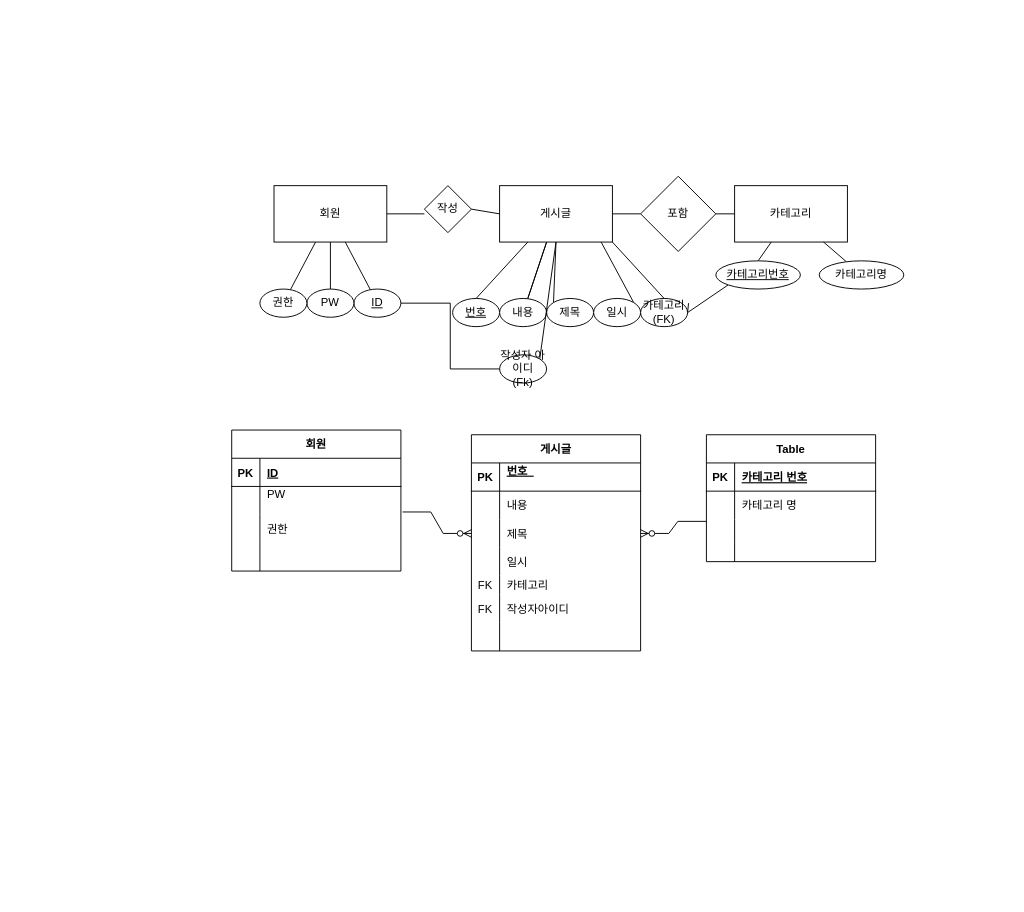
Earlier version of the draw.io diagram 제목 없는 다이어그램.drawio (makadamia0055/khJavaStudy). Source tidied: cells renumbered, new cells numbered last; positions are measured from the earlier drawing's top-left corner, leaving out a move shared by most shapes. Both pictures are drawn from the tidied source at 94%, with x=0, y=0 at pixel (231, 176).
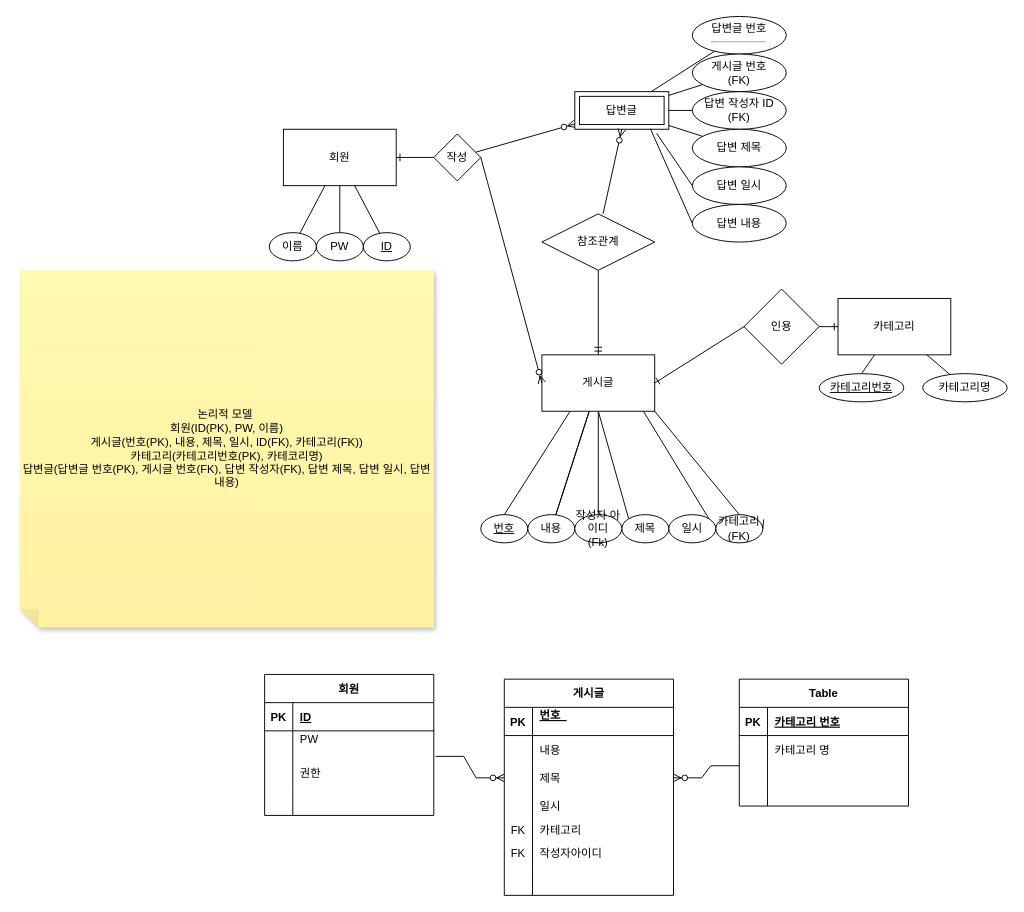
After the change.

Commit message:
제목 없는 다이어그램.drawio 업데이트

The edit, as a diff of the source:
```diff
@@
     <mxCell id="2" value="회원" style="rounded=0;whiteSpace=wrap;html=1;" parent="1" vertex="1">
-      <mxGeometry x="45" y="10" width="120" height="60" as="geometry" />
+      <mxGeometry x="55" y="-50" width="120" height="60" as="geometry" />
     </mxCell>
-    <mxCell id="3" style="edgeStyle=orthogonalEdgeStyle;rounded=0;jettySize=auto;html=1;exitX=1;exitY=0.5;exitDx=0;exitDy=0;entryX=0;entryY=0.5;entryDx=0;entryDy=0;endArrow=none;endFill=0;" parent="1" edge="1" source="5" target="19">
-      <mxGeometry relative="1" as="geometry" />
-    </mxCell>
@@
     <mxCell id="5" value="&lt;u&gt;ID&lt;/u&gt;" style="ellipse;whiteSpace=wrap;html=1;" parent="1" vertex="1">
-      <mxGeometry x="130" y="120" width="50" height="30" as="geometry" />
+      <mxGeometry x="140" y="60" width="50" height="30" as="geometry" />
     </mxCell>
@@
     <mxCell id="7" value="PW" style="ellipse;whiteSpace=wrap;html=1;" parent="1" vertex="1">
-      <mxGeometry x="80" y="120" width="50" height="30" as="geometry" />
+      <mxGeometry x="90" y="60" width="50" height="30" as="geometry" />
     </mxCell>
@@
-    <mxCell id="9" value="권한" style="ellipse;whiteSpace=wrap;html=1;" parent="1" vertex="1">
-      <mxGeometry x="30" y="120" width="50" height="30" as="geometry" />
+    <mxCell id="9" value="이름" style="ellipse;whiteSpace=wrap;html=1;" parent="1" vertex="1">
+      <mxGeometry x="40" y="60" width="50" height="30" as="geometry" />
     </mxCell>
@@
     <mxCell id="14" value="게시글" style="rounded=0;whiteSpace=wrap;html=1;" parent="1" vertex="1">
-      <mxGeometry x="285" y="10" width="120" height="60" as="geometry" />
+      <mxGeometry x="330" y="190" width="120" height="60" as="geometry" />
     </mxCell>
     <mxCell id="15" value="&lt;u&gt;번호&lt;/u&gt;" style="ellipse;whiteSpace=wrap;html=1;" parent="1" vertex="1">
-      <mxGeometry x="235" y="130" width="50" height="30" as="geometry" />
+      <mxGeometry x="265" y="360" width="50" height="30" as="geometry" />
     </mxCell>
     <mxCell id="16" value="제목" style="ellipse;whiteSpace=wrap;html=1;" parent="1" vertex="1">
-      <mxGeometry x="335" y="130" width="50" height="30" as="geometry" />
+      <mxGeometry x="415" y="360" width="50" height="30" as="geometry" />
     </mxCell>
     <mxCell id="17" value="내용" style="ellipse;whiteSpace=wrap;html=1;" parent="1" vertex="1">
-      <mxGeometry x="285" y="130" width="50" height="30" as="geometry" />
+      <mxGeometry x="315" y="360" width="50" height="30" as="geometry" />
     </mxCell>
-    <mxCell id="18" style="edgeStyle=none;shape=connector;rounded=0;jettySize=auto;html=1;exitX=1;exitY=0;exitDx=0;exitDy=0;entryX=0.5;entryY=1;entryDx=0;entryDy=0;labelBackgroundColor=default;strokeColor=default;fontFamily=Helvetica;fontSize=11;fontColor=default;startArrow=none;startFill=0;endArrow=none;endFill=0;" parent="1" edge="1" source="19" target="14">
+    <mxCell id="18" style="edgeStyle=none;shape=connector;rounded=0;jettySize=auto;html=1;exitX=0.5;exitY=0;exitDx=0;exitDy=0;entryX=0.5;entryY=1;entryDx=0;entryDy=0;labelBackgroundColor=default;strokeColor=default;fontFamily=Helvetica;fontSize=11;fontColor=default;startArrow=none;startFill=0;endArrow=none;endFill=0;" parent="1" edge="1" source="19" target="14">
       <mxGeometry relative="1" as="geometry" />
     </mxCell>
     <mxCell id="19" value="작성자 아이디&lt;br&gt;(Fk)" style="ellipse;whiteSpace=wrap;html=1;" parent="1" vertex="1">
-      <mxGeometry x="285" y="190" width="50" height="30" as="geometry" />
+      <mxGeometry x="365" y="360" width="50" height="30" as="geometry" />
     </mxCell>
@@
     <mxCell id="21" value="일시" style="ellipse;whiteSpace=wrap;html=1;" parent="1" vertex="1">
-      <mxGeometry x="385" y="130" width="50" height="30" as="geometry" />
+      <mxGeometry x="465" y="360" width="50" height="30" as="geometry" />
     </mxCell>
@@
-    <mxCell id="23" style="edgeStyle=none;shape=connector;rounded=0;jettySize=auto;html=1;exitX=1;exitY=0.5;exitDx=0;exitDy=0;entryX=0;entryY=1;entryDx=0;entryDy=0;labelBackgroundColor=default;strokeColor=default;fontFamily=Helvetica;fontSize=11;fontColor=default;startArrow=none;startFill=0;endArrow=none;endFill=0;" parent="1" edge="1" source="24" target="35">
-      <mxGeometry relative="1" as="geometry" />
-    </mxCell>
     <mxCell id="24" value="카테고리&lt;br&gt;(FK)" style="ellipse;whiteSpace=wrap;html=1;" parent="1" vertex="1">
-      <mxGeometry x="435" y="130" width="50" height="30" as="geometry" />
+      <mxGeometry x="515" y="360" width="50" height="30" as="geometry" />
     </mxCell>
     <mxCell id="25" value="카테고리" style="rounded=0;whiteSpace=wrap;html=1;" parent="1" vertex="1">
-      <mxGeometry x="535" y="10" width="120" height="60" as="geometry" />
+      <mxGeometry x="645" y="130" width="120" height="60" as="geometry" />
     </mxCell>
@@
     <mxCell id="27" value="&lt;span&gt;카테고리명&lt;/span&gt;" style="ellipse;whiteSpace=wrap;html=1;fontStyle=0;" parent="1" vertex="1">
-      <mxGeometry x="625" y="90" width="90" height="30" as="geometry" />
+      <mxGeometry x="735" y="210" width="90" height="30" as="geometry" />
     </mxCell>
+    <mxCell id="87" style="edgeStyle=none;rounded=0;jettySize=auto;html=1;endArrow=ERzeroToMany;endFill=0;" parent="1" edge="1" source="28" target="88">
+      <mxGeometry relative="1" as="geometry" />
+    </mxCell>
     <mxCell id="28" value="작성" style="rhombus;whiteSpace=wrap;html=1;" parent="1" vertex="1">
-      <mxGeometry x="205" y="10" width="50" height="50" as="geometry" />
+      <mxGeometry x="215" y="-45" width="50" height="50" as="geometry" />
     </mxCell>
+    <mxCell id="31" style="edgeStyle=none;rounded=0;jettySize=auto;html=1;startArrow=none;startFill=0;endArrow=ERone;endFill=0;" parent="1" edge="1" source="29" target="25">
+      <mxGeometry relative="1" as="geometry" />
+    </mxCell>
-    <mxCell id="29" value="포함" style="rhombus;whiteSpace=wrap;html=1;" parent="1" vertex="1">
-      <mxGeometry x="435" width="80" height="80" as="geometry" />
+    <mxCell id="29" value="인용" style="rhombus;whiteSpace=wrap;html=1;" parent="1" vertex="1">
+      <mxGeometry x="545" y="120" width="80" height="80" as="geometry" />
     </mxCell>
-    <mxCell id="30" style="endArrow=none;html=1;rounded=0;strokeColor=default;entryX=1;entryY=0.5;entryDx=0;entryDy=0;" parent="1" edge="1" source="29" target="14">
+    <mxCell id="30" style="endArrow=ERone;html=1;rounded=0;strokeColor=default;entryX=1;entryY=0.5;entryDx=0;entryDy=0;exitX=0;exitY=0.5;exitDx=0;exitDy=0;endFill=0;" parent="1" edge="1" source="29" target="14">
       <mxGeometry relative="1" as="geometry" />
     </mxCell>
-    <mxCell id="31" style="endArrow=none;html=1;rounded=0;strokeColor=default;exitX=1;exitY=0.5;exitDx=0;exitDy=0;entryX=0;entryY=0.5;entryDx=0;entryDy=0;" parent="1" edge="1" source="29" target="25">
-      <mxGeometry relative="1" as="geometry" />
-    </mxCell>
-    <mxCell id="32" style="edgeStyle=none;jettySize=auto;html=1;rounded=0;strokeColor=default;exitX=1;exitY=0.5;exitDx=0;exitDy=0;entryX=0;entryY=0.5;entryDx=0;entryDy=0;startArrow=none;startFill=0;endArrow=none;endFill=0;" parent="1" edge="1" source="28" target="14">
+    <mxCell id="32" style="edgeStyle=none;jettySize=auto;html=1;rounded=0;strokeColor=default;exitX=1;exitY=0.5;exitDx=0;exitDy=0;entryX=0;entryY=0.5;entryDx=0;entryDy=0;startArrow=none;startFill=0;endArrow=ERzeroToMany;endFill=0;" parent="1" edge="1" source="28" target="14">
       <mxGeometry relative="1" as="geometry" />
     </mxCell>
-    <mxCell id="33" style="edgeStyle=none;jettySize=auto;html=1;rounded=0;labelBackgroundColor=default;strokeColor=default;fontFamily=Helvetica;fontSize=11;fontColor=default;startArrow=none;startFill=0;endArrow=none;endFill=0;shape=connector;entryX=1;entryY=0.5;entryDx=0;entryDy=0;" parent="1" edge="1" target="2">
+    <mxCell id="33" style="edgeStyle=none;jettySize=auto;html=1;rounded=0;labelBackgroundColor=default;strokeColor=default;fontFamily=Helvetica;fontSize=11;fontColor=default;startArrow=none;startFill=0;endArrow=ERone;endFill=0;shape=connector;entryX=1;entryY=0.5;entryDx=0;entryDy=0;" parent="1" edge="1" target="2">
       <mxGeometry relative="1" as="geometry">
-        <mxPoint x="205" y="40" as="sourcePoint" />
+        <mxPoint x="215" y="-20" as="sourcePoint" />
       </mxGeometry>
     </mxCell>
@@
     <mxCell id="35" value="&lt;span&gt;카테고리번호&lt;/span&gt;" style="ellipse;whiteSpace=wrap;html=1;fontStyle=4;" parent="1" vertex="1">
-      <mxGeometry x="515" y="90" width="90" height="30" as="geometry" />
+      <mxGeometry x="625" y="210" width="90" height="30" as="geometry" />
     </mxCell>
@@
     <mxCell id="37" value="회원" style="shape=table;startSize=30;childLayout=tableLayout;rowLines=0;fontStyle=1;align=center;" parent="1" vertex="1">
-      <mxGeometry y="270" width="180" height="150" as="geometry" />
+      <mxGeometry x="35" y="530" width="180" height="150" as="geometry" />
     </mxCell>
@@
     <mxCell id="50" value="게시글" style="shape=table;startSize=30;childLayout=tableLayout;rowLines=0;fontStyle=1;align=center;swimlaneLine=1;" parent="1" vertex="1">
-      <mxGeometry x="255" y="275" width="180" height="230" as="geometry" />
+      <mxGeometry x="290" y="535" width="180" height="230" as="geometry" />
     </mxCell>
@@
     <mxCell id="72" value="Table" style="shape=table;startSize=30;childLayout=tableLayout;rowLines=0;fontStyle=1;align=center;" parent="1" vertex="1">
-      <mxGeometry x="505" y="275" width="180" height="135" as="geometry" />
+      <mxGeometry x="540" y="535" width="180" height="135" as="geometry" />
     </mxCell>
@@
+    <mxCell id="88" value="답변글" style="shape=ext;margin=3;double=1;whiteSpace=wrap;html=1;align=center;" parent="1" vertex="1">
+      <mxGeometry x="365" y="-90" width="100" height="40" as="geometry" />
+    </mxCell>
+    <mxCell id="89" style="rounded=0;jettySize=auto;html=1;endArrow=none;endFill=0;" parent="1" edge="1" source="90" target="88">
+      <mxGeometry relative="1" as="geometry" />
+    </mxCell>
+    <mxCell id="90" value="답변글 번호&lt;hr&gt;" style="ellipse;whiteSpace=wrap;html=1;align=center;" parent="1" vertex="1">
+      <mxGeometry x="490" y="-170" width="100" height="40" as="geometry" />
+    </mxCell>
+    <mxCell id="91" style="rounded=0;jettySize=auto;html=1;endArrow=none;endFill=0;" parent="1" edge="1" source="92" target="88">
+      <mxGeometry relative="1" as="geometry" />
+    </mxCell>
+    <mxCell id="92" value="게시글 번호&lt;br&gt;(FK)" style="ellipse;whiteSpace=wrap;html=1;align=center;" parent="1" vertex="1">
+      <mxGeometry x="490" y="-130" width="100" height="40" as="geometry" />
+    </mxCell>
+    <mxCell id="93" style="edgeStyle=none;rounded=0;jettySize=auto;html=1;endArrow=none;endFill=0;" parent="1" edge="1" source="94" target="88">
+      <mxGeometry relative="1" as="geometry" />
+    </mxCell>
+    <mxCell id="94" value="답변 작성자 ID&lt;br&gt;(FK)" style="ellipse;whiteSpace=wrap;html=1;align=center;" parent="1" vertex="1">
+      <mxGeometry x="490" y="-90" width="100" height="40" as="geometry" />
+    </mxCell>
+    <mxCell id="95" style="edgeStyle=none;rounded=0;jettySize=auto;html=1;endArrow=none;endFill=0;" parent="1" edge="1" source="96" target="88">
+      <mxGeometry relative="1" as="geometry" />
+    </mxCell>
+    <mxCell id="96" value="답변 제목" style="ellipse;whiteSpace=wrap;html=1;align=center;" parent="1" vertex="1">
+      <mxGeometry x="490" y="-50" width="100" height="40" as="geometry" />
+    </mxCell>
+    <mxCell id="97" style="edgeStyle=none;rounded=0;jettySize=auto;html=1;exitX=0;exitY=0.5;exitDx=0;exitDy=0;entryX=0.87;entryY=1.107;entryDx=0;entryDy=0;entryPerimeter=0;endArrow=none;endFill=0;" parent="1" edge="1" source="98" target="88">
+      <mxGeometry relative="1" as="geometry" />
+    </mxCell>
+    <mxCell id="98" value="답변 일시" style="ellipse;whiteSpace=wrap;html=1;align=center;" parent="1" vertex="1">
+      <mxGeometry x="490" y="-10" width="100" height="40" as="geometry" />
+    </mxCell>
+    <mxCell id="99" style="fontSize=12;html=1;endArrow=ERzeroToMany;endFill=1;rounded=0;entryX=0.5;entryY=1;entryDx=0;entryDy=0;exitX=0.542;exitY=0;exitDx=0;exitDy=0;exitPerimeter=0;" parent="1" edge="1" source="100" target="88">
+      <mxGeometry relative="1" as="geometry" />
+    </mxCell>
+    <mxCell id="100" value="참조관계" style="shape=rhombus;perimeter=rhombusPerimeter;whiteSpace=wrap;html=1;align=center;" parent="1" vertex="1">
+      <mxGeometry x="330" y="40" width="120" height="60" as="geometry" />
+    </mxCell>
+    <mxCell id="101" style="fontSize=12;html=1;endArrow=ERmandOne;rounded=0;entryX=0.5;entryY=0;entryDx=0;entryDy=0;exitX=0.5;exitY=1;exitDx=0;exitDy=0;" parent="1" edge="1" source="100" target="14">
+      <mxGeometry relative="1" as="geometry" />
+    </mxCell>
+    <mxCell id="102" value="논리적 모델&amp;nbsp;&lt;br&gt;회원(ID(PK), PW, 이름)&lt;br&gt;게시글(번호(PK), 내용, 제목, 일시, ID(FK), 카테고리(FK))&lt;br&gt;카테고리(카테고리번호(PK), 카테코리명)&lt;br&gt;답변글(답변글 번호(PK), 게시글 번호(FK), 답변 작성자(FK), 답변 제목, 답변 일시, 답변 내용)" style="shape=note;whiteSpace=wrap;html=1;backgroundOutline=1;fontColor=#000000;darkOpacity=0.05;fillColor=#FFF9B2;strokeColor=none;fillStyle=solid;direction=west;gradientDirection=north;gradientColor=#FFF2A1;shadow=1;size=20;" parent="1" vertex="1">
+      <mxGeometry x="-225" y="100" width="440" height="380" as="geometry" />
+    </mxCell>
+    <mxCell id="103" style="edgeStyle=none;rounded=0;jettySize=auto;html=1;exitX=0;exitY=0.5;exitDx=0;exitDy=0;entryX=0.804;entryY=0.986;entryDx=0;entryDy=0;entryPerimeter=0;startArrow=none;startFill=0;endArrow=none;endFill=0;" parent="1" edge="1" source="104" target="88">
+      <mxGeometry relative="1" as="geometry" />
+    </mxCell>
+    <mxCell id="104" value="답변 내용" style="ellipse;whiteSpace=wrap;html=1;align=center;" parent="1" vertex="1">
+      <mxGeometry x="490" y="30" width="100" height="40" as="geometry" />
+    </mxCell>
```
